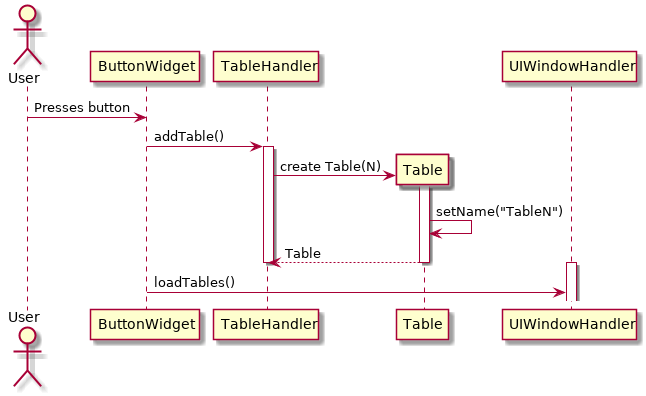
Before: diagrams/interactionDiagrams/createTable.png, a diagram exported from PlantUML (Bhamoss/softwareOntwerpProject). The source it was exported from:
```plantuml
@startuml
actor User

User->ButtonWidget: Presses button

ButtonWidget -> TableHandler: addTable()

activate TableHandler
create Table
TableHandler -> Table: create Table(N)
activate Table
Table -> Table: setName("TableN")
return Table
deactivate TableHandler

activate UIWindowHandler
ButtonWidget -> UIWindowHandler: loadTables()

@enduml
```
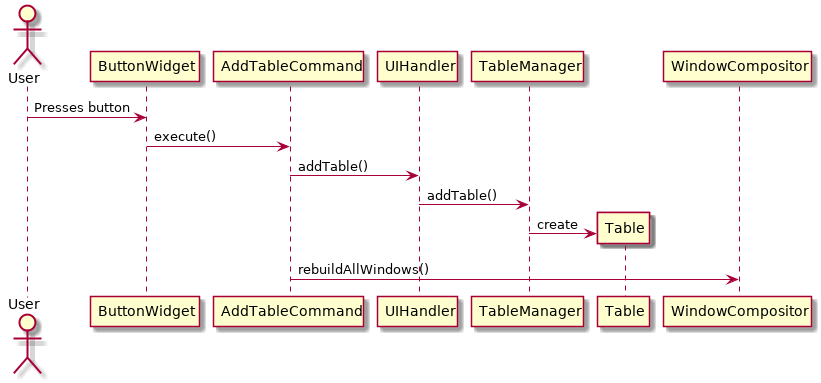
Above is the later version.

Change to the diagram source:
```diff
@@ -2,18 +2,13 @@
 actor User
 
 User->ButtonWidget: Presses button
+ButtonWidget -> AddTableCommand: execute()
+AddTableCommand -> UIHandler: addTable()
+UIHandler -> TableManager: addTable()
+create Table
+TableManager -> Table: create
 
-ButtonWidget -> TableHandler: addTable()
+AddTableCommand -> WindowCompositor: rebuildAllWindows()
 
-activate TableHandler
-create Table
-TableHandler -> Table: create Table(N)
-activate Table
-Table -> Table: setName("TableN")
-return Table
-deactivate TableHandler
-
-activate UIWindowHandler
-ButtonWidget -> UIWindowHandler: loadTables()
 
 @enduml
```
